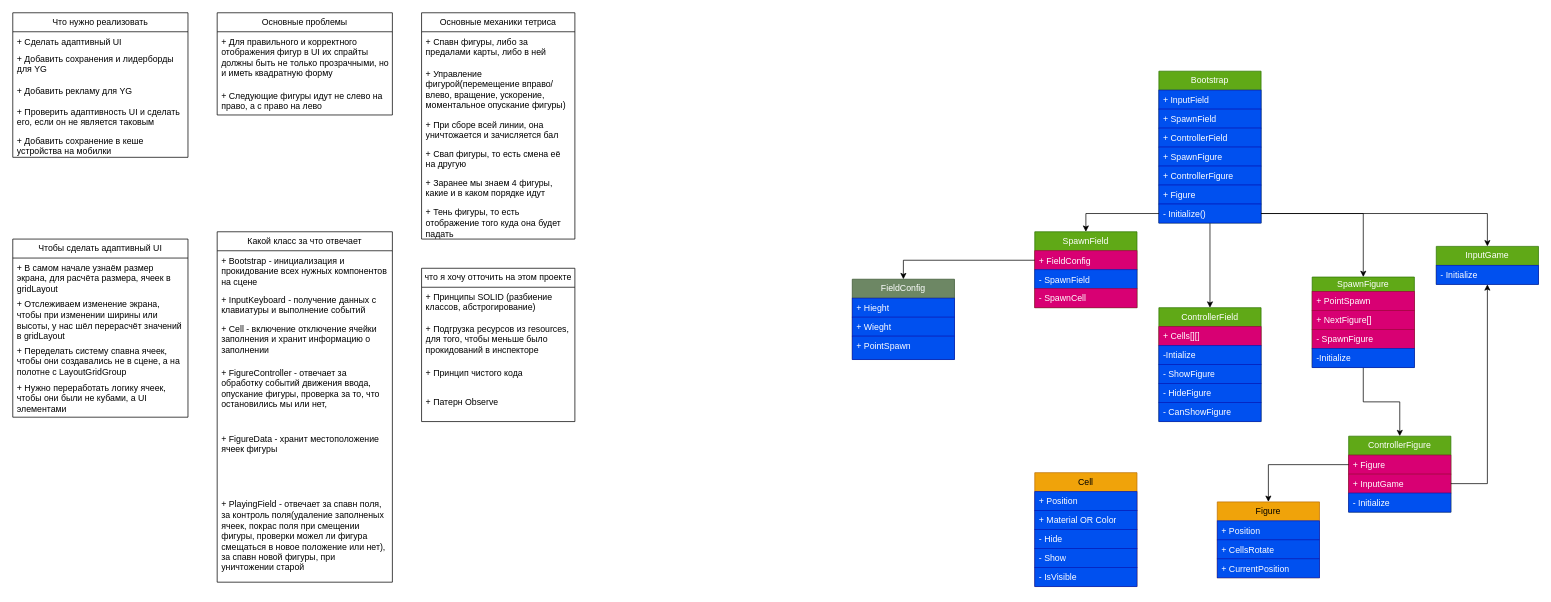
Above: TetrisGame.drawio in Bablakov/Tetris (draw.io), before the change. Source tidied: cells renumbered, new cells numbered last; positions are measured from the earlier drawing's top-left corner, leaving out a move shared by most shapes. Both pictures are drawn from the tidied source at 73%, with x=0, y=0 at pixel (12, 12).
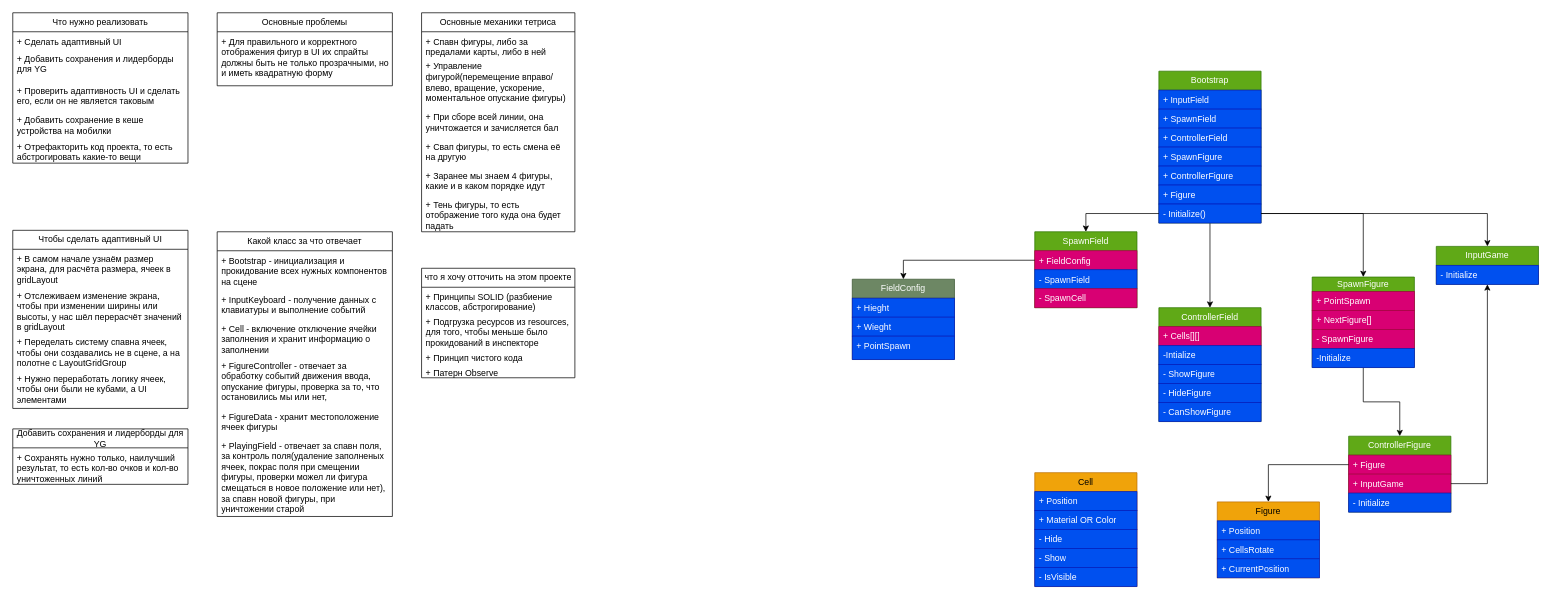
Above is the later version.

The edit, as a diff of the source:
```diff
@@
     <mxCell id="2" value="Что нужно реализовать" style="swimlane;fontStyle=0;horizontal=1;startSize=26;fillColor=none;whiteSpace=wrap;html=1;" parent="1" vertex="1">
-      <mxGeometry width="240" height="198" as="geometry" />
+      <mxGeometry width="240" height="206" as="geometry" />
     </mxCell>
@@
-    <mxCell id="5" value="+ Добавить рекламу для YG" style="text;strokeColor=none;fillColor=none;align=left;verticalAlign=top;spacingLeft=4;spacingRight=4;overflow=hidden;whiteSpace=wrap;html=1;" parent="2" vertex="1">
-      <mxGeometry y="94" width="240" height="28" as="geometry" />
-    </mxCell>
     <mxCell id="6" value="+ Проверить адаптивность UI и сделать его, если он не является таковым" style="text;strokeColor=none;fillColor=none;align=left;verticalAlign=top;spacingLeft=4;spacingRight=4;overflow=hidden;whiteSpace=wrap;html=1;" parent="2" vertex="1">
-      <mxGeometry y="122" width="240" height="40" as="geometry" />
+      <mxGeometry y="94" width="240" height="40" as="geometry" />
     </mxCell>
     <mxCell id="7" value="+ Добавить сохранение в кеше устройства на мобилки" style="text;strokeColor=none;fillColor=none;align=left;verticalAlign=top;spacingLeft=4;spacingRight=4;overflow=hidden;whiteSpace=wrap;html=1;" parent="2" vertex="1">
-      <mxGeometry y="162" width="240" height="36" as="geometry" />
+      <mxGeometry y="134" width="240" height="36" as="geometry" />
     </mxCell>
+    <mxCell id="86" value="+ Отрефакторить код проекта, то есть абстрогировать какие-то вещи" style="text;strokeColor=none;fillColor=none;align=left;verticalAlign=top;spacingLeft=4;spacingRight=4;overflow=hidden;whiteSpace=wrap;html=1;" parent="2" vertex="1">
+      <mxGeometry y="170" width="240" height="36" as="geometry" />
+    </mxCell>
     <mxCell id="8" value="Основные механики тетриса" style="swimlane;fontStyle=0;horizontal=1;startSize=26;fillColor=none;whiteSpace=wrap;html=1;" parent="1" vertex="1">
-      <mxGeometry x="560" width="210" height="310" as="geometry" />
+      <mxGeometry x="560" width="210" height="300" as="geometry" />
     </mxCell>
     <mxCell id="9" value="+ Спавн фигуры, либо за предалами карты, либо в ней" style="text;strokeColor=none;fillColor=none;align=left;verticalAlign=top;spacingLeft=4;spacingRight=4;overflow=hidden;whiteSpace=wrap;html=1;" parent="8" vertex="1">
-      <mxGeometry y="26" width="210" height="44" as="geometry" />
+      <mxGeometry y="26" width="210" height="34" as="geometry" />
     </mxCell>
     <mxCell id="10" value="&lt;div&gt;+ Управление фигурой(перемещение вправо/влево, вращение, ускорение, моментальное опускание фигуры)&lt;/div&gt;" style="text;strokeColor=none;fillColor=none;align=left;verticalAlign=top;spacingLeft=4;spacingRight=4;overflow=hidden;whiteSpace=wrap;html=1;" parent="8" vertex="1">
-      <mxGeometry y="70" width="210" height="70" as="geometry" />
+      <mxGeometry y="60" width="210" height="70" as="geometry" />
     </mxCell>
     <mxCell id="11" value="+ При сборе всей линии, она уничтожается и зачисляется бал" style="text;strokeColor=none;fillColor=none;align=left;verticalAlign=top;spacingLeft=4;spacingRight=4;overflow=hidden;whiteSpace=wrap;html=1;" parent="8" vertex="1">
-      <mxGeometry y="140" width="210" height="40" as="geometry" />
+      <mxGeometry y="130" width="210" height="40" as="geometry" />
     </mxCell>
     <mxCell id="12" value="+ Свап фигуры, то есть смена её на другую" style="text;strokeColor=none;fillColor=none;align=left;verticalAlign=top;spacingLeft=4;spacingRight=4;overflow=hidden;whiteSpace=wrap;html=1;" parent="8" vertex="1">
-      <mxGeometry y="180" width="210" height="40" as="geometry" />
+      <mxGeometry y="170" width="210" height="40" as="geometry" />
     </mxCell>
     <mxCell id="13" value="+ Заранее мы знаем 4 фигуры, какие и в каком порядке идут" style="text;strokeColor=none;fillColor=none;align=left;verticalAlign=top;spacingLeft=4;spacingRight=4;overflow=hidden;whiteSpace=wrap;html=1;" parent="8" vertex="1">
-      <mxGeometry y="220" width="210" height="40" as="geometry" />
+      <mxGeometry y="210" width="210" height="40" as="geometry" />
     </mxCell>
     <mxCell id="14" value="+ Тень фигуры, то есть отображение того куда она будет падать" style="text;strokeColor=none;fillColor=none;align=left;verticalAlign=top;spacingLeft=4;spacingRight=4;overflow=hidden;whiteSpace=wrap;html=1;" parent="8" vertex="1">
-      <mxGeometry y="260" width="210" height="50" as="geometry" />
+      <mxGeometry y="250" width="210" height="50" as="geometry" />
     </mxCell>
     <mxCell id="15" value="Основные проблемы" style="swimlane;fontStyle=0;horizontal=1;startSize=26;fillColor=none;whiteSpace=wrap;html=1;" parent="1" vertex="1">
-      <mxGeometry x="280" width="240" height="140" as="geometry" />
+      <mxGeometry x="280" width="240" height="100" as="geometry" />
     </mxCell>
@@
-    <mxCell id="17" value="&lt;div&gt;+ Следующие фигуры идут не слево на право, а с право на лево&lt;/div&gt;" style="text;strokeColor=none;fillColor=none;align=left;verticalAlign=top;spacingLeft=4;spacingRight=4;overflow=hidden;whiteSpace=wrap;html=1;" parent="15" vertex="1">
-      <mxGeometry y="100" width="240" height="40" as="geometry" />
-    </mxCell>
     <mxCell id="18" value="Какой класс за что отвечает" style="swimlane;fontStyle=0;horizontal=1;startSize=26;fillColor=none;whiteSpace=wrap;html=1;" parent="1" vertex="1">
-      <mxGeometry x="280" y="300" width="240" height="480" as="geometry" />
+      <mxGeometry x="280" y="300" width="240" height="390" as="geometry" />
     </mxCell>
@@
     <mxCell id="21" value="+ Cell - включение отключение ячейки заполнения и хранит информацию о заполнении" style="text;strokeColor=none;fillColor=none;align=left;verticalAlign=top;spacingLeft=4;spacingRight=4;overflow=hidden;whiteSpace=wrap;html=1;" parent="18" vertex="1">
-      <mxGeometry y="120" width="240" height="60" as="geometry" />
+      <mxGeometry y="120" width="240" height="50" as="geometry" />
     </mxCell>
     <mxCell id="22" value="+ FigureController - отвечает за обработку событий движения ввода, опускание фигуры, проверка за то, что остановились мы или нет," style="text;strokeColor=none;fillColor=none;align=left;verticalAlign=top;spacingLeft=4;spacingRight=4;overflow=hidden;whiteSpace=wrap;html=1;" parent="18" vertex="1">
-      <mxGeometry y="180" width="240" height="90" as="geometry" />
+      <mxGeometry y="170" width="240" height="70" as="geometry" />
     </mxCell>
     <mxCell id="23" value="+ FigureData - хранит местоположение ячеек фигуры" style="text;strokeColor=none;fillColor=none;align=left;verticalAlign=top;spacingLeft=4;spacingRight=4;overflow=hidden;whiteSpace=wrap;html=1;" parent="18" vertex="1">
-      <mxGeometry y="270" width="240" height="90" as="geometry" />
+      <mxGeometry y="240" width="240" height="40" as="geometry" />
     </mxCell>
     <mxCell id="24" value="+ PlayingField - отвечает за спавн поля, за контроль поля(удаление заполненых ячеек, покрас поля при смещении фигуры, проверки можел ли фигура смещаться в новое положение или нет), за спавн новой фигуры, при уничтожении старой" style="text;strokeColor=none;fillColor=none;align=left;verticalAlign=top;spacingLeft=4;spacingRight=4;overflow=hidden;whiteSpace=wrap;html=1;" parent="18" vertex="1">
-      <mxGeometry y="360" width="240" height="120" as="geometry" />
+      <mxGeometry y="280" width="240" height="110" as="geometry" />
     </mxCell>
@@
     <mxCell id="76" value="что я хочу отточить на этом проекте" style="swimlane;fontStyle=0;horizontal=1;startSize=26;fillColor=none;whiteSpace=wrap;html=1;" parent="1" vertex="1">
-      <mxGeometry x="560" y="350" width="210" height="210" as="geometry" />
+      <mxGeometry x="560" y="350" width="210" height="150" as="geometry" />
     </mxCell>
     <mxCell id="77" value="+ Принципы SOLID (разбиение классов, абстрогирование)" style="text;strokeColor=none;fillColor=none;align=left;verticalAlign=top;spacingLeft=4;spacingRight=4;overflow=hidden;whiteSpace=wrap;html=1;" parent="76" vertex="1">
-      <mxGeometry y="26" width="210" height="44" as="geometry" />
+      <mxGeometry y="26" width="210" height="34" as="geometry" />
     </mxCell>
     <mxCell id="78" value="&lt;div&gt;+ Подгрузка ресурсов из resources, для того, чтобы меньше было прокидований в инспекторе&lt;/div&gt;" style="text;strokeColor=none;fillColor=none;align=left;verticalAlign=top;spacingLeft=4;spacingRight=4;overflow=hidden;whiteSpace=wrap;html=1;" parent="76" vertex="1">
-      <mxGeometry y="70" width="210" height="60" as="geometry" />
+      <mxGeometry y="60" width="210" height="50" as="geometry" />
     </mxCell>
     <mxCell id="79" value="+ Принцип чистого кода" style="text;strokeColor=none;fillColor=none;align=left;verticalAlign=top;spacingLeft=4;spacingRight=4;overflow=hidden;whiteSpace=wrap;html=1;" parent="76" vertex="1">
-      <mxGeometry y="130" width="210" height="40" as="geometry" />
+      <mxGeometry y="110" width="210" height="20" as="geometry" />
     </mxCell>
     <mxCell id="80" value="+ Патерн Observe" style="text;strokeColor=none;fillColor=none;align=left;verticalAlign=top;spacingLeft=4;spacingRight=4;overflow=hidden;whiteSpace=wrap;html=1;" parent="76" vertex="1">
-      <mxGeometry y="170" width="210" height="40" as="geometry" />
+      <mxGeometry y="130" width="210" height="20" as="geometry" />
     </mxCell>
     <mxCell id="81" value="&lt;div style=&quot;text-align: left;&quot;&gt;&lt;span style=&quot;background-color: initial;&quot;&gt;Чтобы сделать адаптивный UI&lt;/span&gt;&lt;/div&gt;" style="swimlane;fontStyle=0;horizontal=1;startSize=26;fillColor=none;whiteSpace=wrap;html=1;" parent="1" vertex="1">
-      <mxGeometry y="310" width="240" height="244" as="geometry" />
+      <mxGeometry y="298" width="240" height="244" as="geometry" />
     </mxCell>
@@
+    <mxCell id="87" value="&lt;div style=&quot;&quot;&gt;Добавить сохранения и лидерборды для YG&lt;br&gt;&lt;/div&gt;" style="swimlane;fontStyle=0;horizontal=1;startSize=26;fillColor=none;whiteSpace=wrap;html=1;" parent="1" vertex="1">
+      <mxGeometry y="570" width="240" height="76" as="geometry" />
+    </mxCell>
+    <mxCell id="88" value="+ Сохранять нужно только, наилучший результат, то есть кол-во очков и кол-во уничтоженных линий" style="text;strokeColor=none;fillColor=none;align=left;verticalAlign=top;spacingLeft=4;spacingRight=4;overflow=hidden;whiteSpace=wrap;html=1;" parent="87" vertex="1">
+      <mxGeometry y="26" width="240" height="50" as="geometry" />
+    </mxCell>
```
